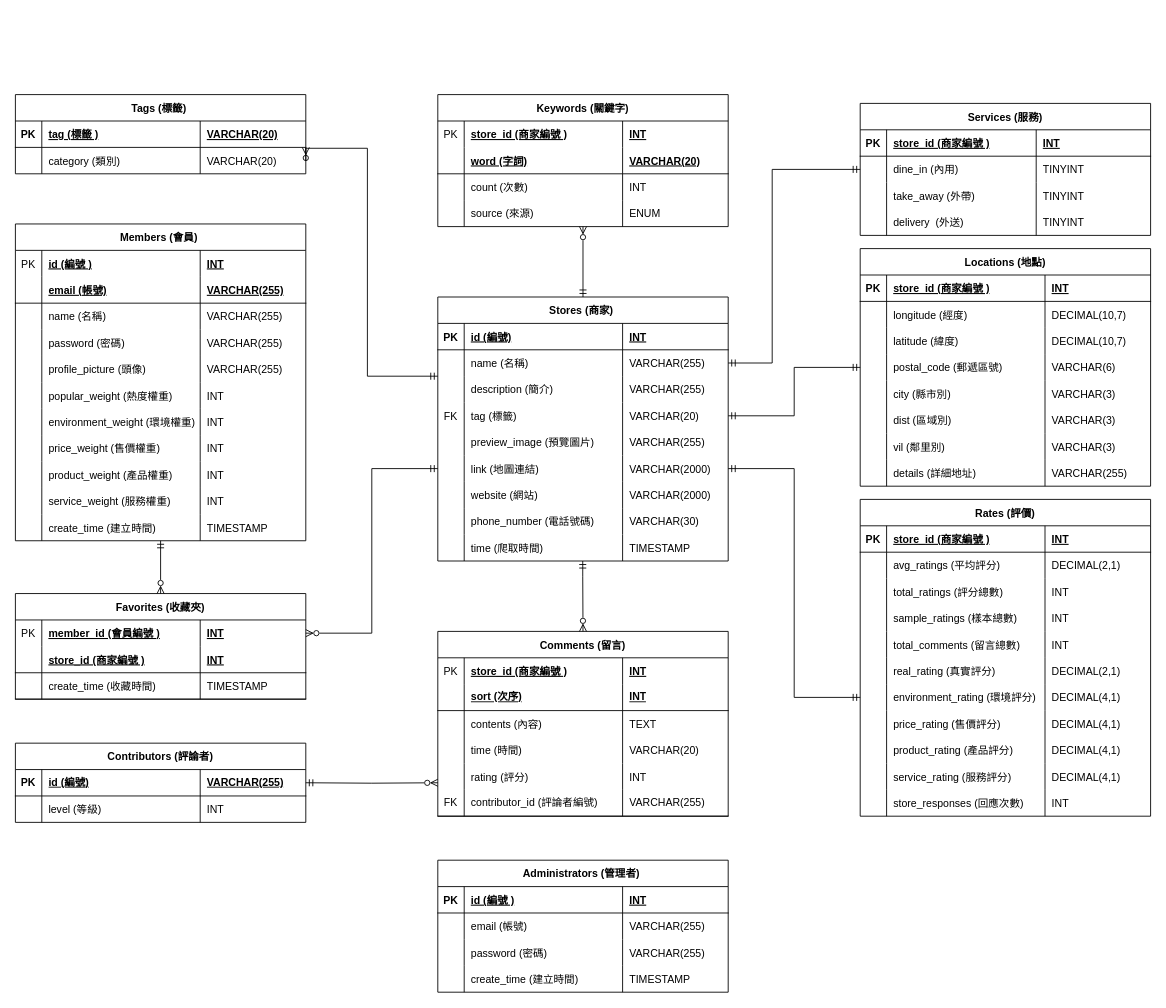
This is 文件製作/專案檔/物件導向分析/_實體關係圖.drawio from Cuddles-Yu/ntub-coding, a draw.io file, before an edit. Source tidied: cells renumbered, new cells numbered last; positions are measured from the earlier drawing's top-left corner, leaving out a move shared by most shapes. Both pictures are drawn from the tidied source at 88%, with x=0, y=0 at pixel (15, 94).
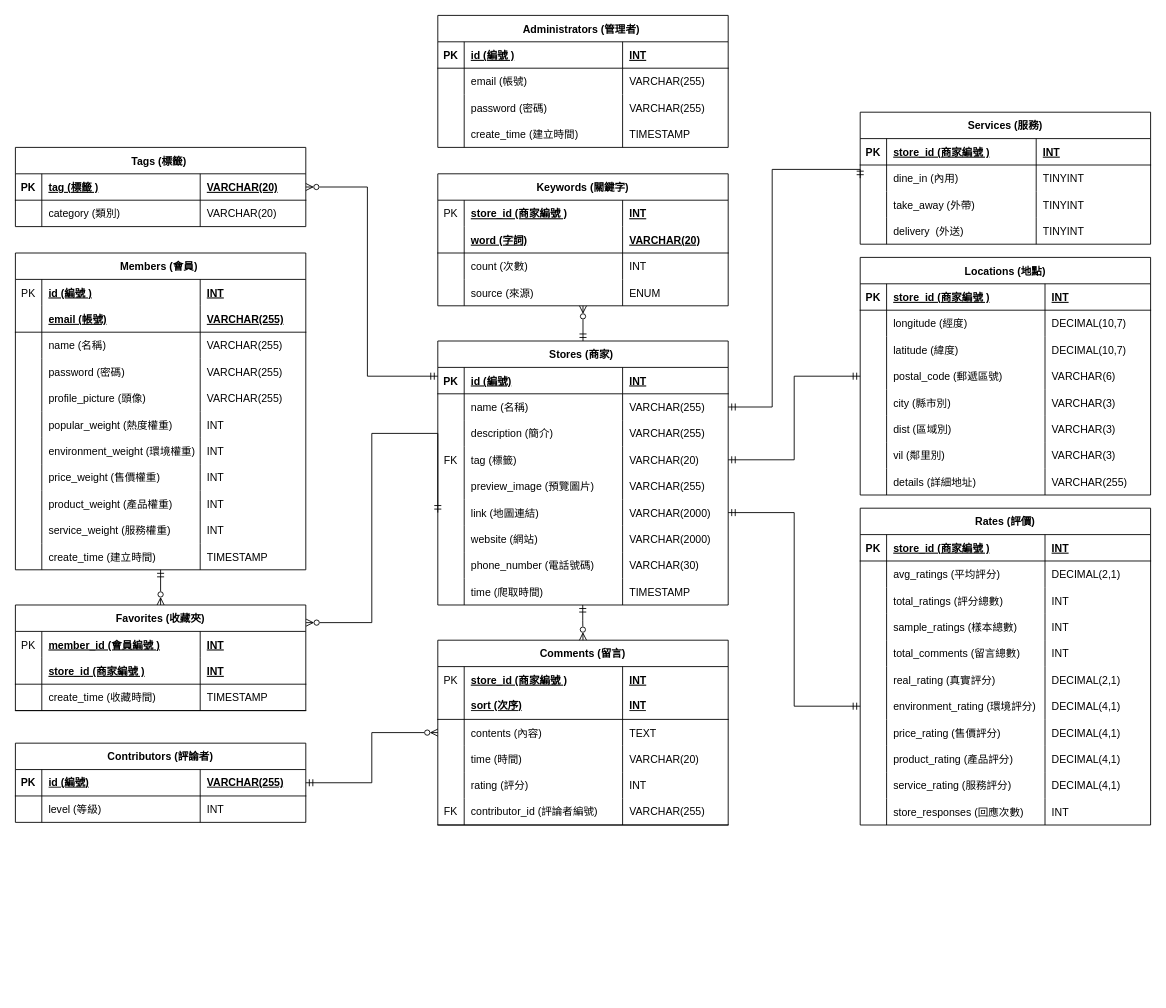
Above is the later version.

The change refers to these unchanged cells:
```xml
<mxCell id="44" style="shape=partialRectangle;fillColor=none;points=[[0,0.5],[1,0.5]];portConstraint=eastwest;top=0;left=0;right=0;bottom=0;" parent="35" vertex="1">
  <mxGeometry y="90" width="330" height="30" as="geometry" />
</mxCell>
<mxCell id="65" style="shape=partialRectangle;fillColor=none;points=[[0,0.5],[1,0.5]];portConstraint=eastwest;top=0;left=0;right=0;bottom=0;" parent="60" vertex="1">
  <mxGeometry y="60" width="330" height="30" as="geometry" />
</mxCell>
<mxCell id="81" style="shape=partialRectangle;fillColor=none;points=[[0,0.5],[1,0.5]];portConstraint=eastwest;top=0;left=0;right=0;bottom=0;" parent="60" vertex="1">
  <mxGeometry y="180" width="330" height="30" as="geometry" />
</mxCell>
<mxCell id="98" style="shape=tableRow;horizontal=0;startSize=0;swimlaneHead=0;swimlaneBody=0;fillColor=none;points=[[0,0.5],[1,0.5]];portConstraint=eastwest;top=0;left=0;right=0;bottom=1;fontStyle=1;" parent="97" vertex="1">
  <mxGeometry y="30" width="330" height="30" as="geometry" />
</mxCell>
<mxCell id="164" style="shape=partialRectangle;fillColor=none;points=[[0,0.5],[1,0.5]];portConstraint=eastwest;top=0;left=0;right=0;bottom=0;" parent="151" vertex="1">
  <mxGeometry y="120" width="330" height="30" as="geometry" />
</mxCell>
<mxCell id="174" style="shape=partialRectangle;fillColor=none;points=[[0,0.5],[1,0.5]];portConstraint=eastwest;top=0;left=0;right=0;bottom=0;" parent="169" vertex="1">
  <mxGeometry y="60" width="330" height="30" as="geometry" />
</mxCell>
<mxCell id="189" style="shape=partialRectangle;fillColor=none;points=[[0,0.5],[1,0.5]];portConstraint=eastwest;top=0;left=0;right=0;bottom=0;" parent="188" vertex="1">
  <mxGeometry y="30" width="330" height="30" as="geometry" />
</mxCell>
<mxCell id="269" style="shape=partialRectangle;fillColor=none;points=[[0,0.5],[1,0.5]];portConstraint=eastwest;top=0;left=0;right=0;bottom=1;" parent="268" vertex="1">
  <mxGeometry y="30" width="330" height="30" as="geometry" />
</mxCell>
```

What changed in the source:
```diff
@@
     <mxCell id="2" value="Locations (地點)" style="shape=table;startSize=30;childLayout=tableLayout;rowLines=0;fontStyle=1;align=center;" parent="1" vertex="1">
-      <mxGeometry x="960" y="175" width="330" height="270" as="geometry" />
+      <mxGeometry x="960" y="185" width="330" height="270" as="geometry" />
     </mxCell>
@@
     <mxCell id="35" value="Comments (留言)" style="shape=table;startSize=30;childLayout=tableLayout;rowLines=0;fontStyle=1;align=center;labelBorderColor=none;" parent="1" vertex="1">
-      <mxGeometry x="480" y="610" width="330" height="210" as="geometry" />
+      <mxGeometry x="480" y="620" width="330" height="210" as="geometry" />
     </mxCell>
@@
     <mxCell id="60" value="Stores (商家) " style="shape=table;startSize=30;childLayout=tableLayout;rowLines=0;fontStyle=1;align=center;" parent="1" vertex="1">
-      <mxGeometry x="480" y="230" width="330" height="300" as="geometry" />
+      <mxGeometry x="480" y="280" width="330" height="300" as="geometry" />
     </mxCell>
@@
     <mxCell id="106" value="Rates (評價)" style="shape=table;startSize=30;childLayout=tableLayout;rowLines=0;fontStyle=1;align=center;" parent="1" vertex="1">
-      <mxGeometry x="960" y="460" width="330" height="360" as="geometry" />
+      <mxGeometry x="960" y="470" width="330" height="360" as="geometry" />
     </mxCell>
@@
     <mxCell id="151" value="Keywords (關鍵字)" style="shape=table;startSize=30;childLayout=tableLayout;rowLines=0;fontStyle=1;align=center;" parent="1" vertex="1">
-      <mxGeometry x="480" width="330" height="150" as="geometry" />
+      <mxGeometry x="480" y="90" width="330" height="150" as="geometry" />
     </mxCell>
@@
     <mxCell id="168" style="edgeStyle=orthogonalEdgeStyle;rounded=0;jettySize=auto;html=1;endArrow=ERmandOne;endFill=0;startArrow=ERzeroToMany;startFill=0;entryX=0.5;entryY=0;entryDx=0;entryDy=0;" parent="1" edge="1" source="164" target="60">
       <mxGeometry relative="1" as="geometry">
         <Array as="points">
-          <mxPoint x="645" y="130" />
-          <mxPoint x="645" y="130" />
+          <mxPoint x="645" y="220" />
+          <mxPoint x="645" y="220" />
         </Array>
       </mxGeometry>
     </mxCell>
     <mxCell id="169" value="Services (服務)" style="shape=table;startSize=30;childLayout=tableLayout;rowLines=0;fontStyle=1;align=center;" parent="1" vertex="1">
-      <mxGeometry x="960" y="10" width="330" height="150" as="geometry" />
+      <mxGeometry x="960" y="20" width="330" height="150" as="geometry" />
     </mxCell>
@@
     <mxCell id="186" style="edgeStyle=orthogonalEdgeStyle;rounded=0;jettySize=auto;html=1;endArrow=ERzeroToMany;endFill=0;startArrow=ERmandOne;startFill=0;entryX=0.5;entryY=0;entryDx=0;entryDy=0;" parent="1" edge="1" target="35">
       <mxGeometry relative="1" as="geometry">
-        <mxPoint x="644.7" y="530" as="sourcePoint" />
+        <mxPoint x="644.7" y="580" as="sourcePoint" />
         <Array as="points">
-          <mxPoint x="645" y="548" />
+          <mxPoint x="645" y="598" />
         </Array>
       </mxGeometry>
     </mxCell>
-    <mxCell id="187" style="edgeStyle=orthogonalEdgeStyle;rounded=0;jettySize=auto;html=1;entryX=0;entryY=0.5;entryDx=0;entryDy=0;endArrow=ERmandOne;endFill=0;startArrow=ERzeroToMany;startFill=0;exitX=1;exitY=0.5;exitDx=0;exitDy=0;" parent="1" edge="1" source="189" target="81">
-      <mxGeometry relative="1" as="geometry" />
+    <mxCell id="187" style="edgeStyle=orthogonalEdgeStyle;rounded=0;jettySize=auto;html=1;entryX=0;entryY=0.5;entryDx=0;entryDy=0;endArrow=ERmandOne;endFill=0;startArrow=ERzeroToMany;startFill=0;exitX=1.001;exitY=0.167;exitDx=0;exitDy=0;exitPerimeter=0;" parent="1" edge="1" source="188" target="81">
+      <mxGeometry relative="1" as="geometry">
+        <Array as="points">
+          <mxPoint x="405" y="600" />
+          <mxPoint x="405" y="385" />
+        </Array>
+      </mxGeometry>
     </mxCell>
     <mxCell id="188" value="Favorites (收藏夾)" style="shape=table;startSize=30;childLayout=tableLayout;rowLines=0;fontStyle=1;align=center;" parent="1" vertex="1">
-      <mxGeometry y="567" width="330" height="120" as="geometry" />
+      <mxGeometry y="580" width="330" height="120" as="geometry" />
     </mxCell>
@@
     <mxCell id="202" value="Members (會員) " style="shape=table;startSize=30;childLayout=tableLayout;rowLines=0;fontStyle=1;align=center;" parent="1" vertex="1">
-      <mxGeometry y="147" width="330" height="360" as="geometry" />
+      <mxGeometry y="180" width="330" height="360" as="geometry" />
     </mxCell>
@@
-    <mxCell id="248" style="edgeStyle=orthogonalEdgeStyle;rounded=0;jettySize=auto;html=1;entryX=1;entryY=0.5;entryDx=0;entryDy=0;startArrow=ERzeroToMany;startFill=0;endArrow=ERmandOne;endFill=0;" parent="1" edge="1" target="98">
-      <mxGeometry relative="1" as="geometry">
-        <mxPoint x="480" y="782" as="sourcePoint" />
-      </mxGeometry>
+    <mxCell id="248" style="edgeStyle=orthogonalEdgeStyle;rounded=0;jettySize=auto;html=1;entryX=1;entryY=0.5;entryDx=0;entryDy=0;startArrow=ERzeroToMany;startFill=0;endArrow=ERmandOne;endFill=0;exitX=0;exitY=0.5;exitDx=0;exitDy=0;" parent="1" edge="1" source="44" target="98">
+      <mxGeometry relative="1" as="geometry" />
     </mxCell>
@@
-    <mxCell id="250" style="edgeStyle=orthogonalEdgeStyle;rounded=0;jettySize=auto;html=1;entryX=0;entryY=0.5;entryDx=0;entryDy=0;startArrow=ERmandOne;startFill=0;endArrow=ERmandOne;endFill=0;" parent="1" edge="1" source="65" target="174">
+    <mxCell id="250" style="edgeStyle=orthogonalEdgeStyle;rounded=0;jettySize=auto;html=1;entryX=0;entryY=0.5;entryDx=0;entryDy=0;startArrow=ERmandOne;startFill=0;endArrow=ERmandOne;endFill=0;exitX=1;exitY=0.5;exitDx=0;exitDy=0;" parent="1" edge="1" source="65" target="174">
       <mxGeometry relative="1" as="geometry">
         <Array as="points">
-          <mxPoint x="860" y="305" />
+          <mxPoint x="860" y="355" />
           <mxPoint x="860" y="85" />
         </Array>
       </mxGeometry>
     </mxCell>
     <mxCell id="251" value="Administrators (管理者) " style="shape=table;startSize=30;childLayout=tableLayout;rowLines=0;fontStyle=1;align=center;" parent="1" vertex="1">
-      <mxGeometry x="480" y="870" width="330" height="150" as="geometry" />
+      <mxGeometry x="480" y="-90" width="330" height="150" as="geometry" />
     </mxCell>
@@
     <mxCell id="268" value="Tags (標籤) " style="shape=table;startSize=30;childLayout=tableLayout;rowLines=0;fontStyle=1;align=center;" parent="1" vertex="1">
-      <mxGeometry width="330" height="90" as="geometry" />
+      <mxGeometry y="60" width="330" height="90" as="geometry" />
     </mxCell>
@@
-    <mxCell id="277" style="edgeStyle=orthogonalEdgeStyle;rounded=0;orthogonalLoop=1;jettySize=auto;html=1;entryX=0;entryY=0.5;entryDx=0;entryDy=0;startArrow=ERzeroToMany;startFill=0;endArrow=ERmandOne;endFill=0;" parent="1" edge="1">
+    <mxCell id="277" style="edgeStyle=orthogonalEdgeStyle;rounded=0;jettySize=auto;html=1;entryX=0;entryY=0.5;entryDx=0;entryDy=0;startArrow=ERzeroToMany;startFill=0;endArrow=ERmandOne;endFill=0;exitX=1;exitY=0.5;exitDx=0;exitDy=0;" parent="1" edge="1" source="269">
       <mxGeometry relative="1" as="geometry">
-        <mxPoint x="330" y="60" as="sourcePoint" />
         <mxPoint x="480" y="320" as="targetPoint" />
         <Array as="points">
-          <mxPoint x="400" y="61" />
+          <mxPoint x="400" y="105" />
           <mxPoint x="400" y="320" />
         </Array>
       </mxGeometry>
     </mxCell>
```
